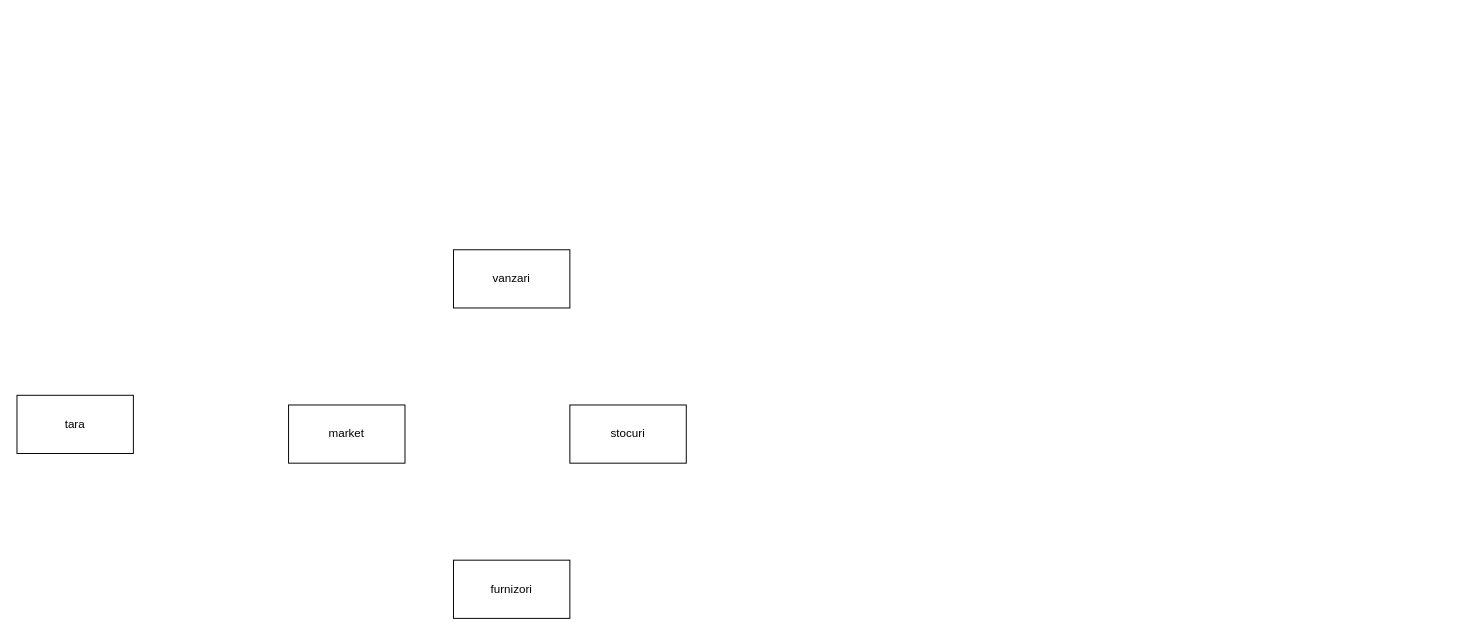
Above: exercitiu_ora_abstract.drawio in RaulHeciko/exercitu_sem1_Raul (draw.io), before the change. Source tidied: cells renumbered, new cells numbered last; positions are measured from the earlier drawing's top-left corner, leaving out a move shared by most shapes. Both pictures are drawn from the tidied source at 97%, with x=0, y=0 at pixel (16, 249).
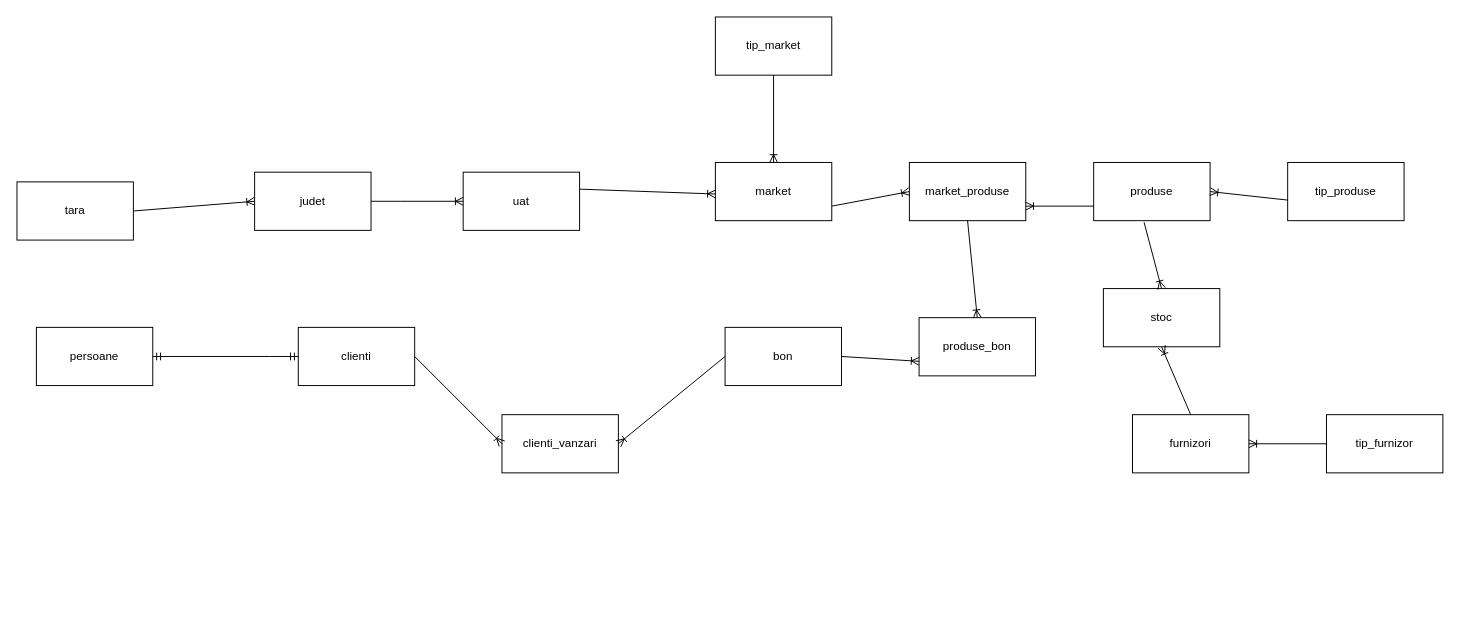
The same diagram, later.

Diff of the diagram source:
```diff
@@
     <mxCell id="2" value="tara" style="rounded=0;whiteSpace=wrap;html=1;" parent="1" vertex="1">
-      <mxGeometry y="150" width="120" height="60" as="geometry" />
+      <mxGeometry y="-70" width="120" height="60" as="geometry" />
     </mxCell>
     <mxCell id="3" value="market" style="rounded=0;whiteSpace=wrap;html=1;" parent="1" vertex="1">
-      <mxGeometry x="280" y="160" width="120" height="60" as="geometry" />
+      <mxGeometry x="720" y="-90" width="120" height="60" as="geometry" />
     </mxCell>
-    <mxCell id="4" value="vanzari" style="rounded=0;whiteSpace=wrap;html=1;" parent="1" vertex="1">
-      <mxGeometry x="450" width="120" height="60" as="geometry" />
+    <mxCell id="4" value="bon" style="rounded=0;whiteSpace=wrap;html=1;" parent="1" vertex="1">
+      <mxGeometry x="730" y="80" width="120" height="60" as="geometry" />
     </mxCell>
-    <mxCell id="5" value="stocuri" style="rounded=0;whiteSpace=wrap;html=1;" parent="1" vertex="1">
-      <mxGeometry x="570" y="160" width="120" height="60" as="geometry" />
+    <mxCell id="5" value="stoc" style="rounded=0;whiteSpace=wrap;html=1;" parent="1" vertex="1">
+      <mxGeometry x="1120" y="40" width="120" height="60" as="geometry" />
     </mxCell>
     <mxCell id="6" value="furnizori" style="rounded=0;whiteSpace=wrap;html=1;" parent="1" vertex="1">
-      <mxGeometry x="450" y="320" width="120" height="60" as="geometry" />
+      <mxGeometry x="1150" y="170" width="120" height="60" as="geometry" />
     </mxCell>
+    <mxCell id="7" style="fontSize=12;html=1;endArrow=ERoneToMany;rounded=0;exitX=1;exitY=0.5;exitDx=0;exitDy=0;entryX=0;entryY=0.5;entryDx=0;entryDy=0;" parent="1" edge="1" source="2" target="8">
+      <mxGeometry relative="1" as="geometry" />
+    </mxCell>
+    <mxCell id="8" value="judet" style="rounded=0;whiteSpace=wrap;html=1;" parent="1" vertex="1">
+      <mxGeometry x="245" y="-80" width="120" height="60" as="geometry" />
+    </mxCell>
+    <mxCell id="9" value="uat" style="rounded=0;whiteSpace=wrap;html=1;" parent="1" vertex="1">
+      <mxGeometry x="460" y="-80" width="120" height="60" as="geometry" />
+    </mxCell>
+    <mxCell id="10" value="tip_market" style="rounded=0;whiteSpace=wrap;html=1;" parent="1" vertex="1">
+      <mxGeometry x="720" y="-240" width="120" height="60" as="geometry" />
+    </mxCell>
+    <mxCell id="11" value="persoane" style="rounded=0;whiteSpace=wrap;html=1;" parent="1" vertex="1">
+      <mxGeometry x="20" y="80" width="120" height="60" as="geometry" />
+    </mxCell>
+    <mxCell id="12" value="clienti" style="rounded=0;whiteSpace=wrap;html=1;" parent="1" vertex="1">
+      <mxGeometry x="290" y="80" width="120" height="60" as="geometry" />
+    </mxCell>
+    <mxCell id="13" value="produse" style="rounded=0;whiteSpace=wrap;html=1;" parent="1" vertex="1">
+      <mxGeometry x="1110" y="-90" width="120" height="60" as="geometry" />
+    </mxCell>
+    <mxCell id="14" value="tip_produse" style="rounded=0;whiteSpace=wrap;html=1;" parent="1" vertex="1">
+      <mxGeometry x="1310" y="-90" width="120" height="60" as="geometry" />
+    </mxCell>
+    <mxCell id="15" value="tip_furnizor" style="rounded=0;whiteSpace=wrap;html=1;" parent="1" vertex="1">
+      <mxGeometry x="1350" y="170" width="120" height="60" as="geometry" />
+    </mxCell>
+    <mxCell id="16" style="edgeStyle=entityRelationEdgeStyle;fontSize=12;html=1;endArrow=ERoneToMany;rounded=0;exitX=1;exitY=0.5;exitDx=0;exitDy=0;entryX=0;entryY=0.5;entryDx=0;entryDy=0;" parent="1" edge="1" source="8" target="9">
+      <mxGeometry relative="1" as="geometry" />
+    </mxCell>
+    <mxCell id="17" style="fontSize=12;html=1;endArrow=ERoneToMany;rounded=0;entryX=0;entryY=0.75;entryDx=0;entryDy=0;" parent="1" edge="1">
+      <mxGeometry relative="1" as="geometry">
+        <mxPoint x="580" y="-62.5" as="sourcePoint" />
+        <mxPoint x="720" y="-57.5" as="targetPoint" />
+      </mxGeometry>
+    </mxCell>
+    <mxCell id="18" style="fontSize=12;html=1;endArrow=ERoneToMany;rounded=0;exitX=0.5;exitY=1;exitDx=0;exitDy=0;entryX=0.5;entryY=0;entryDx=0;entryDy=0;elbow=vertical;" parent="1" edge="1" source="10" target="3">
+      <mxGeometry relative="1" as="geometry" />
+    </mxCell>
+    <mxCell id="19" style="edgeStyle=entityRelationEdgeStyle;fontSize=12;html=1;endArrow=ERmandOne;startArrow=ERmandOne;rounded=0;exitX=1;exitY=0.5;exitDx=0;exitDy=0;entryX=0;entryY=0.5;entryDx=0;entryDy=0;" parent="1" edge="1" source="11" target="12">
+      <mxGeometry relative="1" as="geometry" />
+    </mxCell>
+    <mxCell id="20" value="clienti_vanzari" style="rounded=0;whiteSpace=wrap;html=1;" parent="1" vertex="1">
+      <mxGeometry x="500" y="170" width="120" height="60" as="geometry" />
+    </mxCell>
+    <mxCell id="21" style="fontSize=12;html=1;endArrow=ERoneToMany;rounded=0;exitX=0;exitY=0.5;exitDx=0;exitDy=0;entryX=1;entryY=0.5;entryDx=0;entryDy=0;" parent="1" edge="1" source="4" target="20">
+      <mxGeometry relative="1" as="geometry" />
+    </mxCell>
+    <mxCell id="22" style="fontSize=12;html=1;endArrow=ERoneToMany;rounded=0;exitX=1;exitY=0.5;exitDx=0;exitDy=0;entryX=0;entryY=0.5;entryDx=0;entryDy=0;" parent="1" edge="1" source="12" target="20">
+      <mxGeometry relative="1" as="geometry" />
+    </mxCell>
+    <mxCell id="23" style="fontSize=12;html=1;endArrow=ERoneToMany;rounded=0;exitX=0.003;exitY=0.647;exitDx=0;exitDy=0;exitPerimeter=0;entryX=1;entryY=0.5;entryDx=0;entryDy=0;" parent="1" edge="1" source="14" target="13">
+      <mxGeometry relative="1" as="geometry" />
+    </mxCell>
+    <mxCell id="24" style="fontSize=12;html=1;endArrow=ERoneToMany;rounded=0;exitX=0;exitY=0.5;exitDx=0;exitDy=0;entryX=1;entryY=0.5;entryDx=0;entryDy=0;" parent="1" edge="1" source="15" target="6">
+      <mxGeometry relative="1" as="geometry" />
+    </mxCell>
+    <mxCell id="25" style="fontSize=12;html=1;endArrow=ERoneToMany;rounded=0;exitX=0.433;exitY=1.027;exitDx=0;exitDy=0;exitPerimeter=0;entryX=0.5;entryY=0;entryDx=0;entryDy=0;" parent="1" edge="1" source="13" target="5">
+      <mxGeometry relative="1" as="geometry" />
+    </mxCell>
+    <mxCell id="26" style="fontSize=12;html=1;endArrow=ERoneToMany;rounded=0;entryX=0.5;entryY=1;entryDx=0;entryDy=0;" parent="1" edge="1" target="5">
+      <mxGeometry relative="1" as="geometry">
+        <mxPoint x="1210" y="170" as="sourcePoint" />
+      </mxGeometry>
+    </mxCell>
+    <mxCell id="27" style="fontSize=12;html=1;endArrow=ERoneToMany;rounded=0;entryX=0;entryY=0.5;entryDx=0;entryDy=0;exitX=1;exitY=0.75;exitDx=0;exitDy=0;" parent="1" edge="1" source="3" target="28">
+      <mxGeometry relative="1" as="geometry" />
+    </mxCell>
+    <mxCell id="28" value="market_produse" style="rounded=0;whiteSpace=wrap;html=1;" parent="1" vertex="1">
+      <mxGeometry x="920" y="-90" width="120" height="60" as="geometry" />
+    </mxCell>
+    <mxCell id="29" style="edgeStyle=entityRelationEdgeStyle;fontSize=12;html=1;endArrow=ERoneToMany;rounded=0;exitX=0;exitY=0.75;exitDx=0;exitDy=0;entryX=1;entryY=0.75;entryDx=0;entryDy=0;" parent="1" edge="1" source="13" target="28">
+      <mxGeometry relative="1" as="geometry" />
+    </mxCell>
+    <mxCell id="30" value="produse_bon" style="rounded=0;whiteSpace=wrap;html=1;" parent="1" vertex="1">
+      <mxGeometry x="930" y="70" width="120" height="60" as="geometry" />
+    </mxCell>
+    <mxCell id="31" style="fontSize=12;html=1;endArrow=ERoneToMany;rounded=0;exitX=0.5;exitY=1;exitDx=0;exitDy=0;entryX=0.5;entryY=0;entryDx=0;entryDy=0;" parent="1" edge="1" source="28" target="30">
+      <mxGeometry relative="1" as="geometry" />
+    </mxCell>
+    <mxCell id="32" style="fontSize=12;html=1;endArrow=ERoneToMany;rounded=0;exitX=1;exitY=0.5;exitDx=0;exitDy=0;entryX=0;entryY=0.75;entryDx=0;entryDy=0;" parent="1" edge="1" source="4" target="30">
+      <mxGeometry relative="1" as="geometry" />
+    </mxCell>
```
